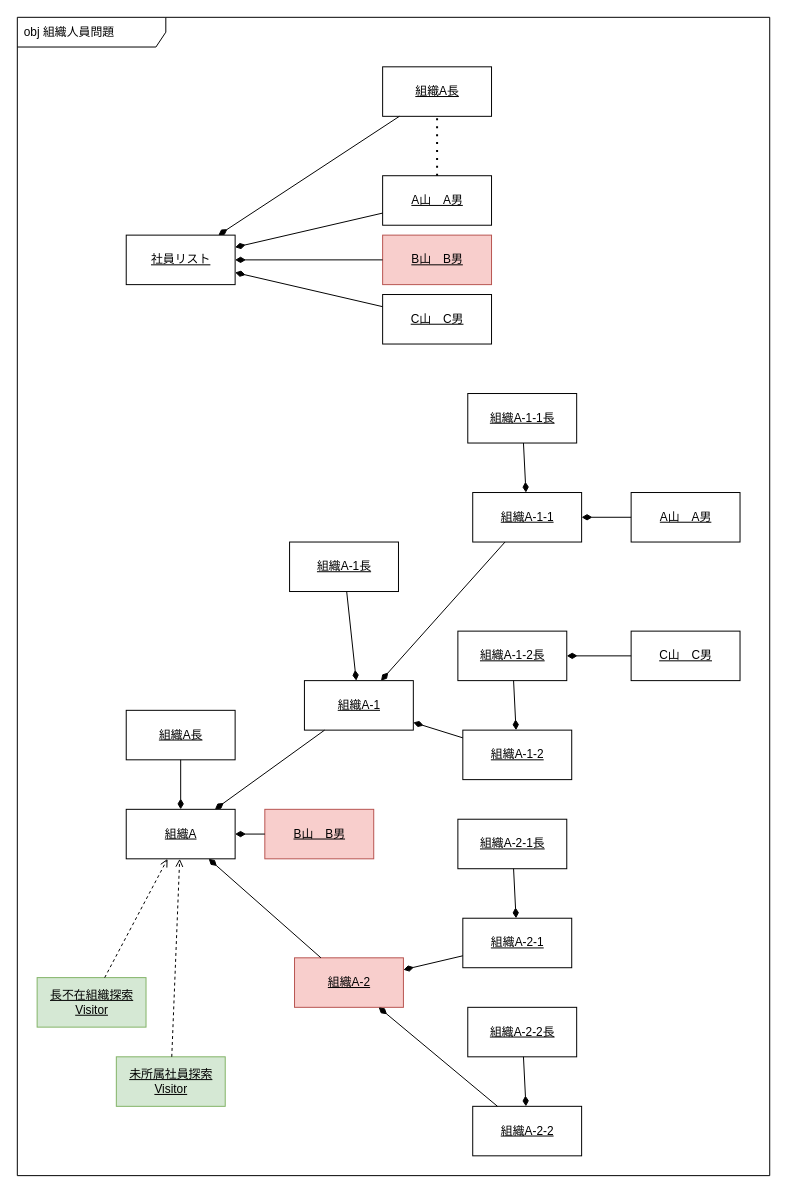
Above: page "社員異動" (4 of 4) of Designs/組織構成設計/organization_design.drawio in bosssanovar/LightMvvmSample (draw.io), before the change. Source tidied: cells renumbered, new cells numbered last; positions are measured from the earlier drawing's top-left corner, leaving out a move shared by most shapes. Both pictures are drawn from the tidied source at 99%, with x=0, y=0 at pixel (17, 17).
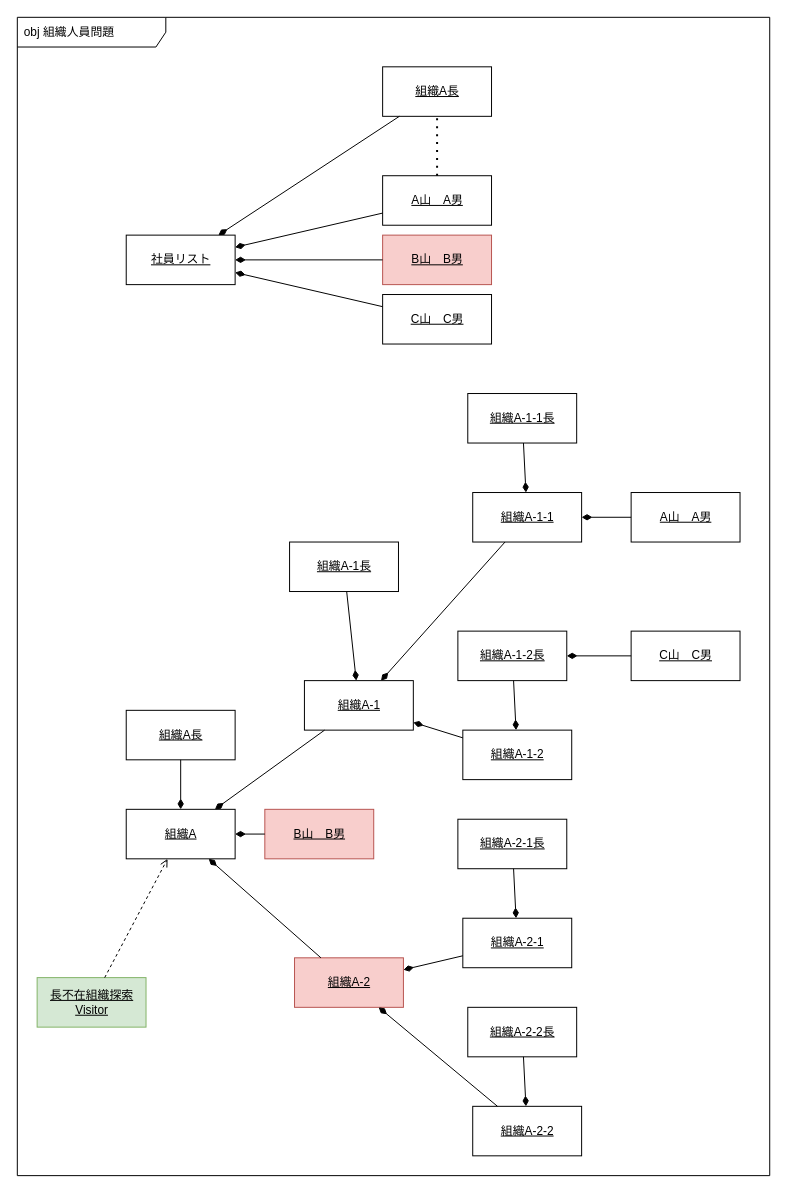
Above is the later version.

Unchanged cells that the change refers to:
```xml
<mxCell id="3" value="組織A" style="html=1;fontStyle=4;" parent="1" vertex="1">
  <mxGeometry x="110" y="800" width="110" height="50" as="geometry" />
</mxCell>
```

What changed in the source:
```diff
@@
-    <mxCell id="37" value="未所属社員探索&lt;br&gt;Visitor" style="html=1;fontStyle=4;fillColor=#d5e8d4;strokeColor=#82b366;" parent="1" vertex="1">
-      <mxGeometry x="100" y="1050" width="110" height="50" as="geometry" />
-    </mxCell>
-    <mxCell id="38" style="html=1;verticalAlign=bottom;labelBackgroundColor=none;endArrow=open;endFill=0;dashed=1;" parent="1" edge="1" source="37" target="3">
-      <mxGeometry relative="1" as="geometry" />
-    </mxCell>
```
